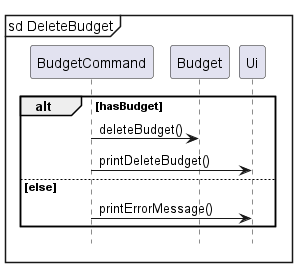
Above: docs/images/deleteBudget.png in nus-cs2113-AY2324S1/tp (PlantUML), before the change.
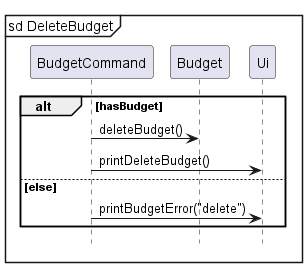
The same file after the commit.

Commit message:
Extract method in budget command and update DG

What changed in the source:
```diff
@@ -9,7 +9,7 @@
     BudgetCommand -> Budget: deleteBudget()
     BudgetCommand -> Ui: printDeleteBudget()
 else else
-    BudgetCommand -> Ui: printErrorMessage()
+    BudgetCommand -> Ui: printBudgetError("delete")
 end
 
 hide footbox
```
